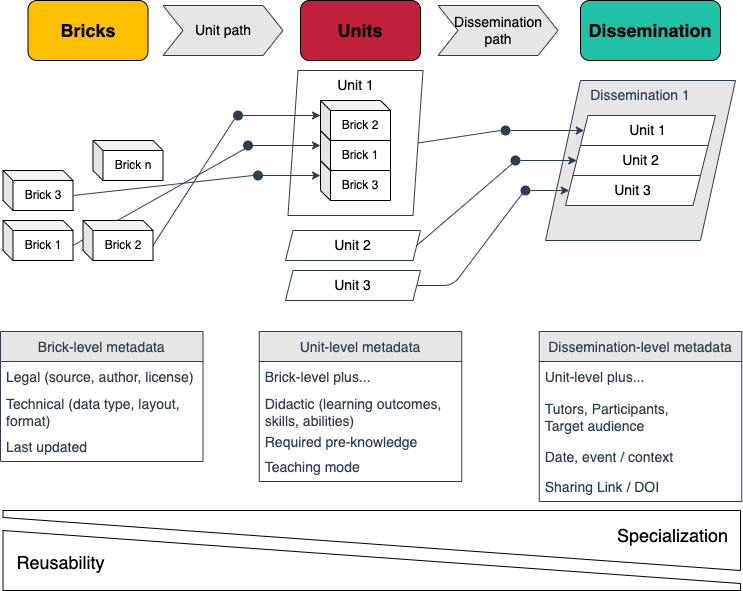
The draw.io diagram images/teaching_modular.drawio.png in nfdi4plants/teaching-materials-concept, before a commit. Source tidied: cells renumbered, new cells last; positions are measured from the earlier drawing's top-left corner, leaving out a move shared by most shapes.
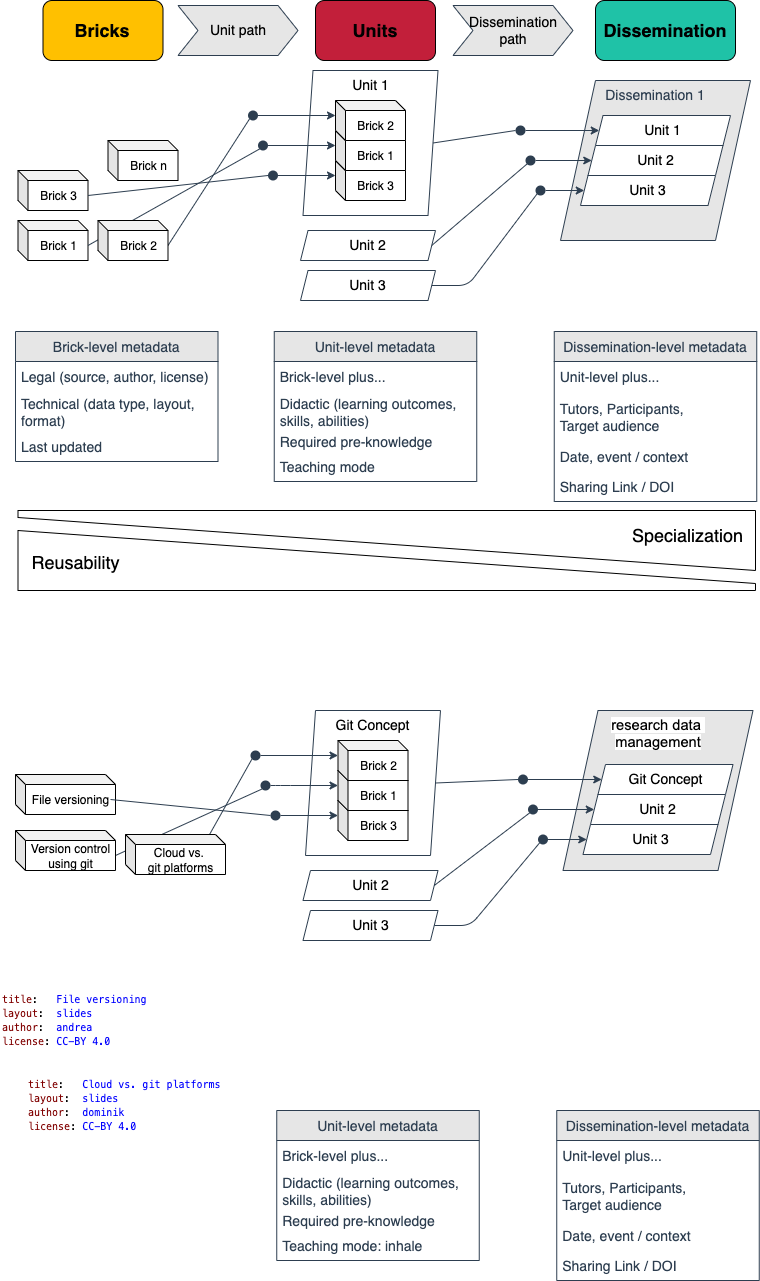
Above is the later version.

Diff of the diagram source:
```diff
@@ -187,5 +187,142 @@
     <mxCell id="60" value="Reusability" style="text;html=1;align=center;verticalAlign=middle;strokeColor=none;fillColor=none;fontSize=18;" parent="58" vertex="1">
       <mxGeometry x="7.7" y="17" width="100" height="30" as="geometry" />
     </mxCell>
+    <mxCell id="61" value="&lt;span style=&quot;caret-color: rgb(0, 0, 0); color: rgb(0, 0, 0); font-family: Arial, Arial_EmbeddedFont, Arial_MSFontService, sans-serif; font-size: 14.6667px; text-align: justify; text-indent: 47px; text-size-adjust: auto; background-color: rgb(255, 255, 255);&quot;&gt;research data &lt;br&gt;management&lt;/span&gt;" style="shape=parallelogram;perimeter=parallelogramPerimeter;whiteSpace=wrap;html=1;fixedSize=1;fontSize=14;fontColor=#2D3E50;strokeColor=#2D3E50;fillColor=#E6E6E6;size=35;verticalAlign=top;" parent="1" vertex="1">
+      <mxGeometry x="547.5" y="710" width="190" height="160" as="geometry" />
+    </mxCell>
+    <mxCell id="62" value="File versioning" style="shape=cube;whiteSpace=wrap;html=1;boundedLbl=1;backgroundOutline=1;darkOpacity=0.05;darkOpacity2=0.1;size=10;" parent="1" vertex="1">
+      <mxGeometry y="774" width="100" height="40" as="geometry" />
+    </mxCell>
+    <mxCell id="63" style="edgeStyle=none;html=1;exitX=0;exitY=0;exitDx=100;exitDy=25;exitPerimeter=0;endArrow=none;strokeColor=#2D3E50;entryX=0;entryY=1;entryDx=0;entryDy=0;" parent="1" edge="1" source="64" target="70">
+      <mxGeometry relative="1" as="geometry" />
+    </mxCell>
+    <mxCell id="64" value="Version control using git" style="shape=cube;whiteSpace=wrap;html=1;boundedLbl=1;backgroundOutline=1;darkOpacity=0.05;darkOpacity2=0.1;size=10;" parent="1" vertex="1">
+      <mxGeometry y="830" width="100" height="40" as="geometry" />
+    </mxCell>
+    <mxCell id="65" style="edgeStyle=none;html=1;exitX=1;exitY=0.5;exitDx=0;exitDy=0;entryX=0;entryY=0;entryDx=0;entryDy=15;entryPerimeter=0;startArrow=none;strokeColor=#2D3E50;" parent="1" edge="1" source="68" target="100">
+      <mxGeometry relative="1" as="geometry" />
+    </mxCell>
+    <mxCell id="66" style="edgeStyle=none;html=1;exitX=1;exitY=0.5;exitDx=0;exitDy=0;entryX=0;entryY=0;entryDx=0;entryDy=15;entryPerimeter=0;strokeColor=#2D3E50;startArrow=none;" parent="1" edge="1" source="71" target="98">
+      <mxGeometry relative="1" as="geometry" />
+    </mxCell>
+    <mxCell id="67" style="edgeStyle=none;html=1;entryX=0;entryY=0;entryDx=0;entryDy=15;entryPerimeter=0;strokeColor=#2D3E50;startArrow=none;exitX=1;exitY=0.5;exitDx=0;exitDy=0;" parent="1" edge="1" source="70" target="99">
+      <mxGeometry relative="1" as="geometry">
+        <Array as="points">
+          <mxPoint x="265" y="785" />
+        </Array>
+      </mxGeometry>
+    </mxCell>
+    <mxCell id="68" style="ellipse;whiteSpace=wrap;html=1;fontSize=14;fillColor=#2D3E50;strokeColor=none;" parent="1" vertex="1">
+      <mxGeometry x="235" y="750" width="10" height="10" as="geometry" />
+    </mxCell>
+    <mxCell id="69" style="edgeStyle=none;html=1;exitX=0;exitY=0;exitDx=70;exitDy=25;exitPerimeter=0;entryX=0;entryY=1;entryDx=0;entryDy=0;endArrow=none;strokeColor=#2D3E50;" parent="1" edge="1" source="73" target="68">
+      <mxGeometry relative="1" as="geometry" />
+    </mxCell>
+    <mxCell id="70" style="ellipse;whiteSpace=wrap;html=1;fontSize=14;fillColor=#2D3E50;strokeColor=none;" parent="1" vertex="1">
+      <mxGeometry x="245" y="780" width="10" height="10" as="geometry" />
+    </mxCell>
+    <mxCell id="71" style="ellipse;whiteSpace=wrap;html=1;fontSize=14;fillColor=#2D3E50;strokeColor=none;" parent="1" vertex="1">
+      <mxGeometry x="255" y="810" width="10" height="10" as="geometry" />
+    </mxCell>
+    <mxCell id="72" style="edgeStyle=none;html=1;exitX=0;exitY=0;exitDx=95;exitDy=25;exitPerimeter=0;entryX=0;entryY=0.5;entryDx=0;entryDy=0;strokeColor=#2D3E50;endArrow=none;" parent="1" edge="1" source="62" target="71">
+      <mxGeometry relative="1" as="geometry" />
+    </mxCell>
+    <mxCell id="73" value="Cloud vs. &lt;br&gt;git platforms" style="shape=cube;whiteSpace=wrap;html=1;boundedLbl=1;backgroundOutline=1;darkOpacity=0.05;darkOpacity2=0.1;size=10;" parent="1" vertex="1">
+      <mxGeometry x="110" y="834" width="100" height="40" as="geometry" />
+    </mxCell>
+    <mxCell id="74" style="edgeStyle=none;html=1;exitX=1;exitY=0.5;exitDx=0;exitDy=0;entryX=0;entryY=0.5;entryDx=0;entryDy=0;fontSize=14;strokeColor=#2D3E50;startArrow=none;" parent="1" edge="1" source="82" target="77">
+      <mxGeometry relative="1" as="geometry" />
+    </mxCell>
+    <mxCell id="75" value="Unit 2" style="shape=parallelogram;perimeter=parallelogramPerimeter;whiteSpace=wrap;html=1;fixedSize=1;fontSize=14;strokeColor=#2D3E50;fillColor=none;verticalAlign=top;size=7.5;" parent="1" vertex="1">
+      <mxGeometry x="287.5" y="870" width="135" height="30" as="geometry" />
+    </mxCell>
+    <mxCell id="76" value="Git Concept" style="shape=parallelogram;perimeter=parallelogramPerimeter;whiteSpace=wrap;html=1;fixedSize=1;fontSize=14;strokeColor=#2D3E50;fillColor=default;verticalAlign=top;size=7.5;" parent="1" vertex="1">
+      <mxGeometry x="582.5" y="764" width="135" height="30" as="geometry" />
+    </mxCell>
+    <mxCell id="77" value="Unit 2" style="shape=parallelogram;perimeter=parallelogramPerimeter;whiteSpace=wrap;html=1;fixedSize=1;fontSize=14;strokeColor=#2D3E50;fillColor=default;verticalAlign=top;size=7.5;" parent="1" vertex="1">
+      <mxGeometry x="575" y="794" width="135" height="30" as="geometry" />
+    </mxCell>
+    <mxCell id="78" value="Unit 3" style="shape=parallelogram;perimeter=parallelogramPerimeter;whiteSpace=wrap;html=1;fixedSize=1;fontSize=14;strokeColor=#2D3E50;fillColor=default;verticalAlign=top;size=7.5;" parent="1" vertex="1">
+      <mxGeometry x="567.5" y="824" width="135" height="30" as="geometry" />
+    </mxCell>
+    <mxCell id="79" style="edgeStyle=none;html=1;entryX=0;entryY=0.5;entryDx=0;entryDy=0;fontSize=14;strokeColor=#2D3E50;exitX=1;exitY=0.5;exitDx=0;exitDy=0;startArrow=none;" parent="1" edge="1" source="84" target="78">
+      <mxGeometry relative="1" as="geometry" />
+    </mxCell>
+    <mxCell id="80" value="Unit 3" style="shape=parallelogram;perimeter=parallelogramPerimeter;whiteSpace=wrap;html=1;fixedSize=1;fontSize=14;strokeColor=#2D3E50;fillColor=none;verticalAlign=top;size=7.5;" parent="1" vertex="1">
+      <mxGeometry x="287.5" y="910" width="135" height="30" as="geometry" />
+    </mxCell>
+    <mxCell id="81" style="edgeStyle=none;html=1;exitX=1;exitY=0.5;exitDx=0;exitDy=0;entryX=0;entryY=0.5;entryDx=0;entryDy=0;fontSize=14;strokeColor=#2D3E50;startArrow=none;" parent="1" edge="1" source="86" target="76">
+      <mxGeometry relative="1" as="geometry" />
+    </mxCell>
+    <mxCell id="82" style="ellipse;whiteSpace=wrap;html=1;fontSize=14;fillColor=#2D3E50;strokeColor=none;" parent="1" vertex="1">
+      <mxGeometry x="512.5" y="804" width="10" height="10" as="geometry" />
+    </mxCell>
+    <mxCell id="83" style="edgeStyle=none;html=1;exitX=1;exitY=0.5;exitDx=0;exitDy=0;entryX=0;entryY=1;entryDx=0;entryDy=0;fontSize=14;strokeColor=#2D3E50;endArrow=none;" parent="1" edge="1" source="75" target="82">
+      <mxGeometry relative="1" as="geometry" />
+    </mxCell>
+    <mxCell id="84" style="ellipse;whiteSpace=wrap;html=1;fontSize=14;fillColor=#2D3E50;strokeColor=none;" parent="1" vertex="1">
+      <mxGeometry x="522.5" y="834" width="10" height="10" as="geometry" />
+    </mxCell>
+    <mxCell id="85" style="edgeStyle=none;html=1;entryX=0;entryY=1;entryDx=0;entryDy=0;fontSize=14;strokeColor=#2D3E50;exitX=1;exitY=0.5;exitDx=0;exitDy=0;endArrow=none;" parent="1" edge="1" source="80" target="84">
+      <mxGeometry relative="1" as="geometry">
+        <Array as="points">
+          <mxPoint x="455" y="925" />
+        </Array>
+      </mxGeometry>
+    </mxCell>
+    <mxCell id="86" style="ellipse;whiteSpace=wrap;html=1;fontSize=14;fillColor=#2D3E50;strokeColor=none;" parent="1" vertex="1">
+      <mxGeometry x="502.5" y="774" width="10" height="10" as="geometry" />
+    </mxCell>
+    <mxCell id="87" style="edgeStyle=none;html=1;exitX=1;exitY=0.5;exitDx=0;exitDy=0;entryX=0;entryY=0.5;entryDx=0;entryDy=0;fontSize=14;strokeColor=#2D3E50;endArrow=none;" parent="1" edge="1" source="101" target="86">
+      <mxGeometry relative="1" as="geometry" />
+    </mxCell>
+    <mxCell id="88" value="Unit-level metadata" style="swimlane;fontStyle=0;horizontal=1;startSize=30;fontSize=14;fontColor=#2D3E50;strokeColor=#2D3E50;fillColor=#E6E6E6;" parent="1" vertex="1">
+      <mxGeometry x="261.2" y="1110" width="202.5" height="150" as="geometry" />
+    </mxCell>
+    <mxCell id="89" value="Brick-level plus..." style="text;strokeColor=none;fillColor=none;align=left;verticalAlign=middle;spacingLeft=4;spacingRight=4;overflow=hidden;fontSize=14;fontColor=#2D3E50;" parent="88" vertex="1">
+      <mxGeometry y="30" width="202.5" height="30" as="geometry" />
+    </mxCell>
+    <mxCell id="90" value="Didactic (learning outcomes,&#10;skills, abilities)" style="text;strokeColor=none;fillColor=none;align=left;verticalAlign=middle;spacingLeft=4;spacingRight=4;overflow=hidden;fontSize=14;fontColor=#2D3E50;" parent="88" vertex="1">
+      <mxGeometry y="60" width="202.5" height="40" as="geometry" />
+    </mxCell>
+    <mxCell id="91" value="Required pre-knowledge" style="text;strokeColor=none;fillColor=none;align=left;verticalAlign=middle;spacingLeft=4;spacingRight=4;overflow=hidden;fontSize=14;fontColor=#2D3E50;" parent="88" vertex="1">
+      <mxGeometry y="100" width="202.5" height="20" as="geometry" />
+    </mxCell>
+    <mxCell id="92" value="Teaching mode: inhale" style="text;strokeColor=none;fillColor=none;align=left;verticalAlign=middle;spacingLeft=4;spacingRight=4;overflow=hidden;fontSize=14;fontColor=#2D3E50;" parent="88" vertex="1">
+      <mxGeometry y="120" width="202.5" height="30" as="geometry" />
+    </mxCell>
+    <mxCell id="93" value="Dissemination-level metadata" style="swimlane;fontStyle=0;horizontal=1;startSize=30;fontSize=14;fontColor=#2D3E50;strokeColor=#2D3E50;fillColor=#E6E6E6;" parent="1" vertex="1">
+      <mxGeometry x="541.2" y="1110" width="202.5" height="170" as="geometry" />
+    </mxCell>
+    <mxCell id="94" value="Unit-level plus..." style="text;strokeColor=none;fillColor=none;align=left;verticalAlign=middle;spacingLeft=4;spacingRight=4;overflow=hidden;fontSize=14;fontColor=#2D3E50;" parent="93" vertex="1">
+      <mxGeometry y="30" width="202.5" height="30" as="geometry" />
+    </mxCell>
+    <mxCell id="95" value="Tutors, Participants,&#10;Target audience" style="text;strokeColor=none;fillColor=none;align=left;verticalAlign=middle;spacingLeft=4;spacingRight=4;overflow=hidden;fontSize=14;fontColor=#2D3E50;" parent="93" vertex="1">
+      <mxGeometry y="60" width="202.5" height="50" as="geometry" />
+    </mxCell>
+    <mxCell id="96" value="Date, event / context" style="text;strokeColor=none;fillColor=none;align=left;verticalAlign=middle;spacingLeft=4;spacingRight=4;overflow=hidden;fontSize=14;fontColor=#2D3E50;" parent="93" vertex="1">
+      <mxGeometry y="110" width="202.5" height="30" as="geometry" />
+    </mxCell>
+    <mxCell id="97" value="Sharing Link / DOI " style="text;strokeColor=none;fillColor=none;align=left;verticalAlign=middle;spacingLeft=4;spacingRight=4;overflow=hidden;fontSize=14;fontColor=#2D3E50;" parent="93" vertex="1">
+      <mxGeometry y="140" width="202.5" height="30" as="geometry" />
+    </mxCell>
+    <mxCell id="98" value="Brick 3" style="shape=cube;whiteSpace=wrap;html=1;boundedLbl=1;backgroundOutline=1;darkOpacity=0.05;darkOpacity2=0.1;size=10;" parent="1" vertex="1">
+      <mxGeometry x="322.5" y="800" width="70" height="40" as="geometry" />
+    </mxCell>
+    <mxCell id="99" value="Brick 1" style="shape=cube;whiteSpace=wrap;html=1;boundedLbl=1;backgroundOutline=1;darkOpacity=0.05;darkOpacity2=0.1;size=10;" parent="1" vertex="1">
+      <mxGeometry x="322.5" y="770" width="70" height="40" as="geometry" />
+    </mxCell>
+    <mxCell id="100" value="Brick 2" style="shape=cube;whiteSpace=wrap;html=1;boundedLbl=1;backgroundOutline=1;darkOpacity=0.05;darkOpacity2=0.1;size=10;" parent="1" vertex="1">
+      <mxGeometry x="322.5" y="740" width="70" height="40" as="geometry" />
+    </mxCell>
+    <mxCell id="101" value="Git Concept" style="shape=parallelogram;perimeter=parallelogramPerimeter;whiteSpace=wrap;html=1;fixedSize=1;fontSize=14;strokeColor=#2D3E50;fillColor=none;verticalAlign=top;size=10;" parent="1" vertex="1">
+      <mxGeometry x="290" y="710" width="135" height="145" as="geometry" />
+    </mxCell>
+    <mxCell id="102" value="&lt;div style=&quot;background-color: rgb(255, 255, 255); font-family: Menlo, Monaco, &amp;quot;Courier New&amp;quot;, monospace; line-height: 140%; font-size: 10px;&quot;&gt;&lt;div style=&quot;font-size: 10px; line-height: 140%;&quot;&gt;&lt;span style=&quot;color: rgb(128, 0, 0); font-size: 10px;&quot;&gt;title&lt;/span&gt;:&lt;span style=&quot;font-size: 10px;&quot;&gt;&#9;&lt;/span&gt;&amp;nbsp;&amp;nbsp;&lt;span style=&quot;color: rgb(0, 0, 255); font-size: 10px;&quot;&gt;File versioning&lt;/span&gt;&lt;/div&gt;&lt;div style=&quot;font-size: 10px; line-height: 140%;&quot;&gt;&lt;span style=&quot;color: rgb(128, 0, 0); font-size: 10px;&quot;&gt;layout&lt;/span&gt;:&amp;nbsp;&amp;nbsp;&lt;span style=&quot;color: rgb(0, 0, 255); font-size: 10px;&quot;&gt;slides&lt;/span&gt;&lt;/div&gt;&lt;div style=&quot;font-size: 10px; line-height: 140%;&quot;&gt;&lt;span style=&quot;color: rgb(128, 0, 0); font-size: 10px;&quot;&gt;author&lt;/span&gt;:&amp;nbsp;&amp;nbsp;&lt;span style=&quot;color: rgb(0, 0, 255); font-size: 10px;&quot;&gt;andrea&lt;/span&gt;&lt;/div&gt;&lt;div style=&quot;font-size: 10px; line-height: 140%;&quot;&gt;&lt;font color=&quot;#800000&quot; style=&quot;font-size: 10px;&quot;&gt;license&lt;/font&gt;:&amp;nbsp;&lt;span style=&quot;color: rgb(0, 0, 255); font-size: 10px;&quot;&gt;CC-BY 4.0&lt;/span&gt;&lt;/div&gt;&lt;div style=&quot;font-size: 10px;&quot;&gt;&lt;font color=&quot;#800000&quot; style=&quot;font-size: 10px;&quot;&gt;&lt;/font&gt;&lt;/div&gt;&lt;/div&gt;" style="text;strokeColor=none;align=left;fillColor=default;html=1;verticalAlign=middle;whiteSpace=wrap;rounded=0;labelBackgroundColor=none;fontSize=10;" parent="1" vertex="1">
+      <mxGeometry x="-15" y="975" width="162.5" height="90" as="geometry" />
+    </mxCell>
+    <mxCell id="103" value="&lt;div style=&quot;background-color: rgb(255, 255, 255); font-family: Menlo, Monaco, &amp;quot;Courier New&amp;quot;, monospace; line-height: 140%; font-size: 10px;&quot;&gt;&lt;div style=&quot;font-size: 10px; line-height: 140%;&quot;&gt;&lt;span style=&quot;color: rgb(128, 0, 0); font-size: 10px;&quot;&gt;title&lt;/span&gt;:&lt;span style=&quot;font-size: 10px;&quot;&gt;&#9;&lt;/span&gt;&amp;nbsp;&amp;nbsp;&lt;span style=&quot;color: rgb(0, 0, 255); font-size: 10px;&quot;&gt;Cloud vs. git platforms&lt;/span&gt;&lt;/div&gt;&lt;div style=&quot;font-size: 10px; line-height: 140%;&quot;&gt;&lt;span style=&quot;color: rgb(128, 0, 0); font-size: 10px;&quot;&gt;layout&lt;/span&gt;:&amp;nbsp;&amp;nbsp;&lt;span style=&quot;color: rgb(0, 0, 255); font-size: 10px;&quot;&gt;slides&lt;/span&gt;&lt;/div&gt;&lt;div style=&quot;font-size: 10px; line-height: 140%;&quot;&gt;&lt;span style=&quot;color: rgb(128, 0, 0); font-size: 10px;&quot;&gt;author&lt;/span&gt;:&amp;nbsp;&amp;nbsp;&lt;span style=&quot;color: rgb(0, 0, 255); font-size: 10px;&quot;&gt;dominik&lt;/span&gt;&lt;/div&gt;&lt;div style=&quot;font-size: 10px; line-height: 140%;&quot;&gt;&lt;font color=&quot;#800000&quot; style=&quot;font-size: 10px;&quot;&gt;license&lt;/font&gt;:&amp;nbsp;&lt;span style=&quot;color: rgb(0, 0, 255); font-size: 10px;&quot;&gt;CC-BY 4.0&lt;/span&gt;&lt;/div&gt;&lt;div style=&quot;font-size: 10px;&quot;&gt;&lt;font color=&quot;#800000&quot; style=&quot;font-size: 10px;&quot;&gt;&lt;/font&gt;&lt;/div&gt;&lt;/div&gt;" style="text;strokeColor=none;align=left;fillColor=default;html=1;verticalAlign=middle;whiteSpace=wrap;rounded=0;labelBackgroundColor=none;fontSize=10;" parent="1" vertex="1">
+      <mxGeometry x="11.2" y="1060" width="208.8" height="90" as="geometry" />
+    </mxCell>
   </root>
 </mxGraphModel>
```
